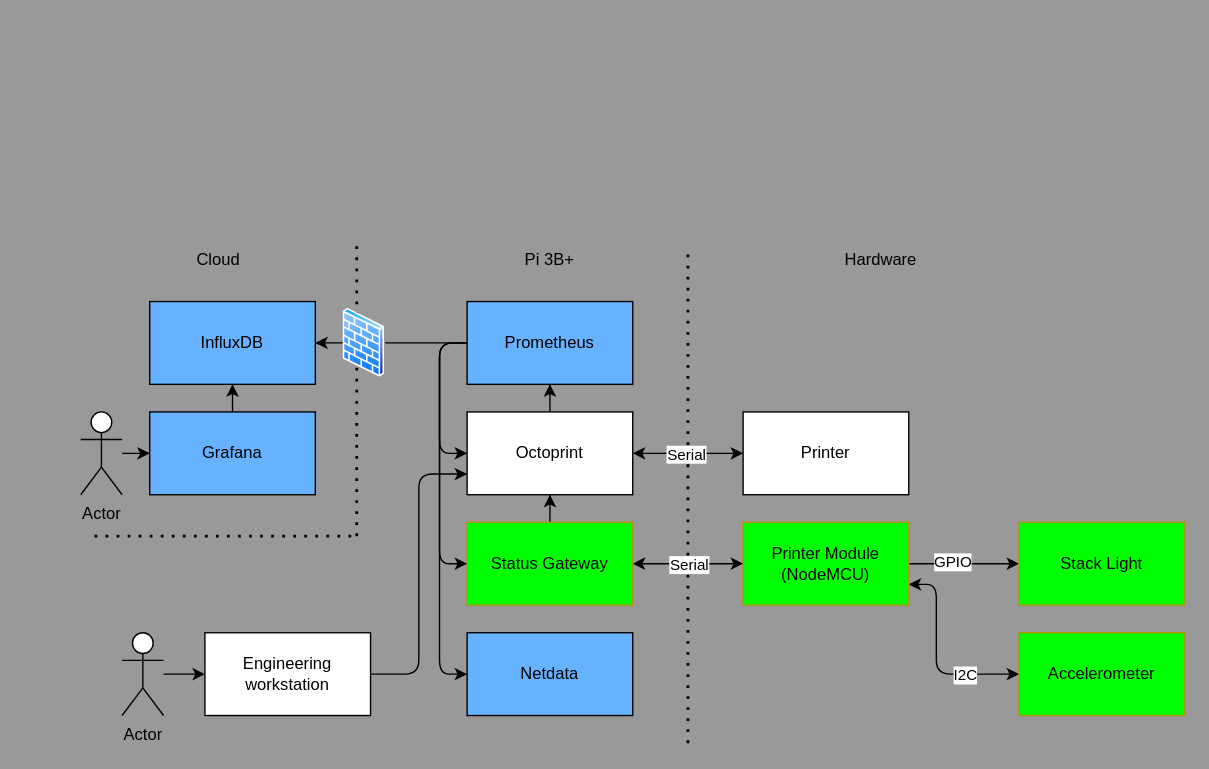
The draw.io diagram docs/system-overview.drawio in ajvreugdenhil/printer-monitoring, before the edit. Source tidied: cells renumbered, new cells numbered last; positions are measured from the earlier drawing's top-left corner, leaving out a move shared by most shapes. Both pictures are drawn from the tidied source at 138%, with x=0, y=0 at pixel (80, 246).
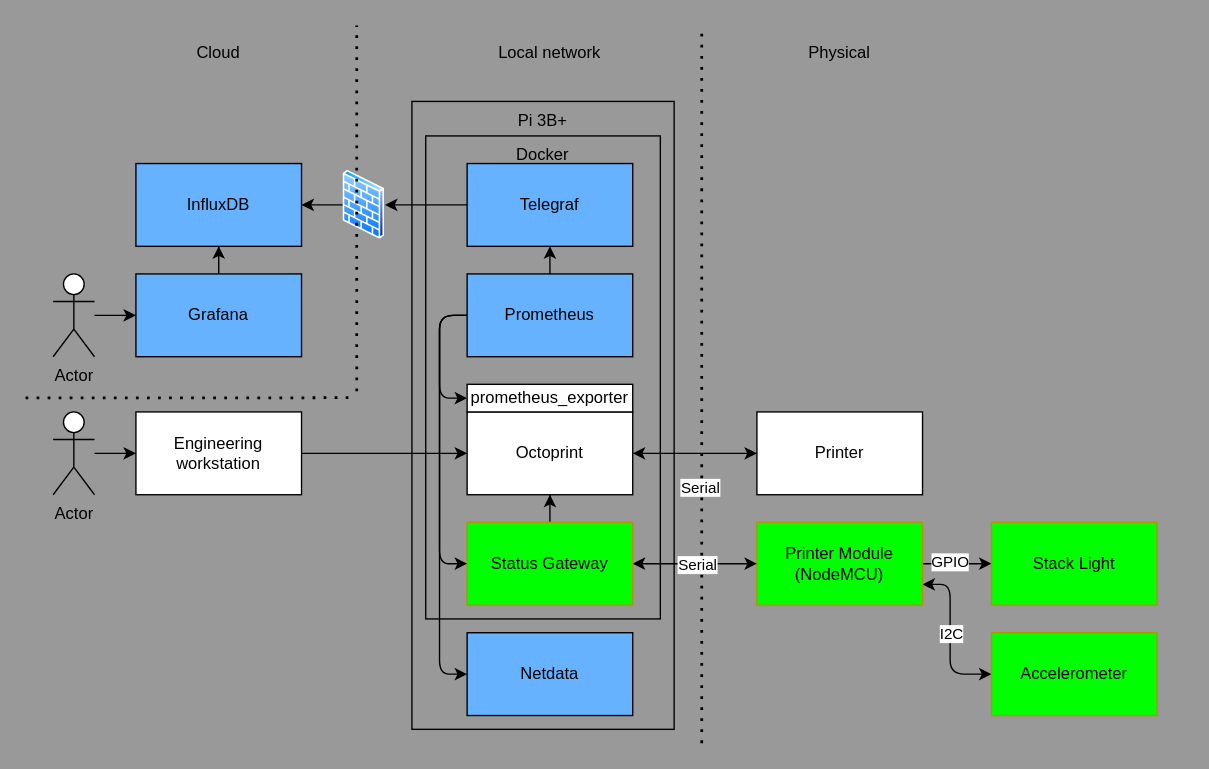
The same diagram, later.

The change refers to these unchanged cells:
```xml
<mxCell id="5" value="Octoprint" style="rounded=0;whiteSpace=wrap;html=1;" parent="1" vertex="1">
  <mxGeometry x="280" y="120" width="120" height="60" as="geometry" />
</mxCell>
<mxCell id="18" value="Status Gateway" style="rounded=0;whiteSpace=wrap;html=1;strokeColor=#B09500;fontColor=#000000;fillColor=#00FF00;" parent="1" vertex="1">
  <mxGeometry x="280" y="200" width="120" height="60" as="geometry" />
</mxCell>
<mxCell id="19" value="Netdata" style="rounded=0;whiteSpace=wrap;html=1;fillColor=#66B2FF;" parent="1" vertex="1">
  <mxGeometry x="280" y="280" width="120" height="60" as="geometry" />
</mxCell>
```

Diff of the diagram source:
```diff
@@
+    <mxCell id="21" value="Pi 3B+" style="rounded=0;whiteSpace=wrap;html=1;verticalAlign=top;fillColor=none;" parent="1" vertex="1">
+      <mxGeometry x="240" y="-105" width="190" height="455" as="geometry" />
+    </mxCell>
+    <mxCell id="41" value="Docker" style="rounded=0;whiteSpace=wrap;html=1;verticalAlign=top;fillColor=none;" parent="1" vertex="1">
+      <mxGeometry x="250" y="-80" width="170" height="350" as="geometry" />
+    </mxCell>
     <mxCell id="2" value="Printer" style="rounded=0;whiteSpace=wrap;html=1;" parent="1" vertex="1">
-      <mxGeometry x="480" y="120" width="120" height="60" as="geometry" />
+      <mxGeometry x="490" y="120" width="120" height="60" as="geometry" />
     </mxCell>
@@
-    <mxCell id="4" style="edgeStyle=orthogonalEdgeStyle;rounded=0;jettySize=auto;html=1;" parent="1" edge="1" source="5" target="33">
-      <mxGeometry relative="1" as="geometry" />
-    </mxCell>
@@
     <mxCell id="6" style="endArrow=none;dashed=1;html=1;dashPattern=1 3;strokeWidth=2;" parent="1" edge="1">
       <mxGeometry relative="1" as="geometry">
-        <mxPoint x="440" y="360" as="sourcePoint" />
-        <mxPoint x="440" as="targetPoint" />
+        <mxPoint x="450" y="360" as="sourcePoint" />
+        <mxPoint x="450" y="-160" as="targetPoint" />
       </mxGeometry>
     </mxCell>
     <mxCell id="7" value="Serial" style="edgeLabel;html=1;align=center;verticalAlign=middle;" parent="6" vertex="1">
-      <mxGeometry x="0.16" y="2" relative="1" as="geometry" />
+      <mxGeometry x="0.16" y="2" relative="1" as="geometry">
+        <mxPoint y="116" as="offset" />
+      </mxGeometry>
     </mxCell>
@@
     <mxCell id="10" style="edgeStyle=orthogonalEdgeStyle;rounded=1;jettySize=auto;html=1;entryX=0;entryY=0.5;entryDx=0;entryDy=0;exitX=1;exitY=0.75;exitDx=0;exitDy=0;startArrow=classic;startFill=1;" parent="1" edge="1" source="12" target="14">
       <mxGeometry relative="1" as="geometry">
         <Array as="points">
-          <mxPoint x="620" y="245" />
-          <mxPoint x="620" y="310" />
+          <mxPoint x="630" y="245" />
+          <mxPoint x="630" y="310" />
         </Array>
       </mxGeometry>
     </mxCell>
     <mxCell id="11" value="I2C" style="edgeLabel;html=1;align=center;verticalAlign=middle;" parent="10" vertex="1">
       <mxGeometry x="0.32" y="-1" relative="1" as="geometry">
-        <mxPoint x="9" y="-1" as="offset" />
+        <mxPoint x="1" y="-21" as="offset" />
       </mxGeometry>
     </mxCell>
     <mxCell id="12" value="Printer Module&lt;br&gt;(NodeMCU)" style="rounded=0;whiteSpace=wrap;html=1;strokeColor=#B09500;fontColor=#000000;fillColor=#00FF00;" parent="1" vertex="1">
-      <mxGeometry x="480" y="200" width="120" height="60" as="geometry" />
+      <mxGeometry x="490" y="200" width="120" height="60" as="geometry" />
     </mxCell>
     <mxCell id="13" value="Stack Light" style="rounded=0;whiteSpace=wrap;html=1;strokeColor=#B09500;fontColor=#000000;fillColor=#00FF00;" parent="1" vertex="1">
-      <mxGeometry x="680" y="200" width="120" height="60" as="geometry" />
+      <mxGeometry x="660" y="200" width="120" height="60" as="geometry" />
     </mxCell>
     <mxCell id="14" value="Accelerometer" style="rounded=0;whiteSpace=wrap;html=1;strokeColor=#B09500;fontColor=#000000;fillColor=#00FF00;" parent="1" vertex="1">
-      <mxGeometry x="680" y="280" width="120" height="60" as="geometry" />
+      <mxGeometry x="660" y="280" width="120" height="60" as="geometry" />
     </mxCell>
@@
-    <mxCell id="20" value="Hardware" style="text;html=1;strokeColor=none;fillColor=none;align=center;verticalAlign=middle;whiteSpace=wrap;rounded=0;" parent="1" vertex="1">
-      <mxGeometry x="560" width="40" height="20" as="geometry" />
+    <mxCell id="20" value="Physical" style="text;html=1;strokeColor=none;fillColor=none;align=center;verticalAlign=middle;whiteSpace=wrap;rounded=0;" parent="1" vertex="1">
+      <mxGeometry x="530" y="-150" width="40" height="20" as="geometry" />
     </mxCell>
-    <mxCell id="21" value="Pi 3B+" style="text;html=1;strokeColor=none;fillColor=none;align=center;verticalAlign=middle;whiteSpace=wrap;rounded=0;" parent="1" vertex="1">
-      <mxGeometry x="320" width="40" height="20" as="geometry" />
-    </mxCell>
-    <mxCell id="22" style="endArrow=none;dashed=1;html=1;dashPattern=1 3;strokeWidth=2;" parent="1" edge="1">
-      <mxGeometry relative="1" as="geometry">
-        <mxPoint x="200" y="210" as="sourcePoint" />
-        <mxPoint x="200" as="targetPoint" />
-      </mxGeometry>
-    </mxCell>
     <mxCell id="23" value="Cloud" style="text;html=1;strokeColor=none;fillColor=none;align=center;verticalAlign=middle;whiteSpace=wrap;rounded=0;" parent="1" vertex="1">
-      <mxGeometry x="80" width="40" height="20" as="geometry" />
+      <mxGeometry x="80" y="-150" width="40" height="20" as="geometry" />
     </mxCell>
@@
     <mxCell id="25" value="Grafana" style="rounded=0;whiteSpace=wrap;html=1;fillColor=#66B2FF;" parent="1" vertex="1">
-      <mxGeometry x="50" y="120" width="120" height="60" as="geometry" />
+      <mxGeometry x="40" y="20" width="120" height="60" as="geometry" />
     </mxCell>
@@
     <mxCell id="27" value="Actor" style="shape=umlActor;verticalLabelPosition=bottom;verticalAlign=top;html=1;outlineConnect=0;" parent="1" vertex="1">
-      <mxGeometry y="120" width="30" height="60" as="geometry" />
+      <mxGeometry x="-20" y="20" width="30" height="60" as="geometry" />
     </mxCell>
     <mxCell id="28" value="InfluxDB" style="rounded=0;whiteSpace=wrap;html=1;fillColor=#66B2FF;" parent="1" vertex="1">
-      <mxGeometry x="50" y="40" width="120" height="60" as="geometry" />
+      <mxGeometry x="40" y="-60" width="120" height="60" as="geometry" />
     </mxCell>
-    <mxCell id="29" style="edgeStyle=orthogonalEdgeStyle;rounded=0;jettySize=auto;html=1;startArrow=none;" parent="1" edge="1" source="34" target="28">
+    <mxCell id="29" style="edgeStyle=orthogonalEdgeStyle;rounded=0;jettySize=auto;html=1;startArrow=none;exitX=0;exitY=0.5;exitDx=0;exitDy=0;" parent="1" edge="1" source="34" target="28">
       <mxGeometry relative="1" as="geometry" />
     </mxCell>
-    <mxCell id="30" style="jettySize=auto;html=1;entryX=0;entryY=0.5;entryDx=0;entryDy=0;elbow=vertical;edgeStyle=orthogonalEdgeStyle;rounded=1;" parent="1" edge="1" source="33" target="19">
+    <mxCell id="30" style="jettySize=auto;html=1;entryX=0;entryY=0.5;entryDx=0;entryDy=0;elbow=vertical;edgeStyle=orthogonalEdgeStyle;rounded=1;exitX=0;exitY=0.5;exitDx=0;exitDy=0;" parent="1" edge="1" source="33" target="19">
       <mxGeometry relative="1" as="geometry">
         <Array as="points">
-          <mxPoint x="260" y="70" />
+          <mxPoint x="260" y="50" />
           <mxPoint x="260" y="310" />
         </Array>
       </mxGeometry>
     </mxCell>
-    <mxCell id="31" style="jettySize=auto;html=1;entryX=0;entryY=0.5;entryDx=0;entryDy=0;elbow=vertical;edgeStyle=orthogonalEdgeStyle;rounded=1;" parent="1" edge="1" source="33" target="18">
+    <mxCell id="31" style="jettySize=auto;html=1;entryX=0;entryY=0.5;entryDx=0;entryDy=0;elbow=vertical;edgeStyle=orthogonalEdgeStyle;rounded=1;exitX=0;exitY=0.5;exitDx=0;exitDy=0;" parent="1" edge="1" source="33" target="18">
       <mxGeometry relative="1" as="geometry">
         <Array as="points">
-          <mxPoint x="260" y="70" />
+          <mxPoint x="260" y="50" />
           <mxPoint x="260" y="230" />
         </Array>
       </mxGeometry>
     </mxCell>
-    <mxCell id="32" style="jettySize=auto;html=1;entryX=0;entryY=0.5;entryDx=0;entryDy=0;elbow=vertical;edgeStyle=orthogonalEdgeStyle;rounded=1;" parent="1" edge="1" source="33" target="5">
+    <mxCell id="32" style="jettySize=auto;html=1;entryX=0;entryY=0.5;entryDx=0;entryDy=0;elbow=vertical;edgeStyle=orthogonalEdgeStyle;rounded=1;" parent="1" edge="1" source="33" target="43">
       <mxGeometry relative="1" as="geometry">
         <Array as="points">
-          <mxPoint x="260" y="70" />
-          <mxPoint x="260" y="150" />
+          <mxPoint x="260" y="50" />
+          <mxPoint x="260" y="110" />
         </Array>
       </mxGeometry>
     </mxCell>
+    <mxCell id="42" style="edgeStyle=none;html=1;entryX=0.5;entryY=1;entryDx=0;entryDy=0;" parent="1" edge="1" source="33" target="46">
+      <mxGeometry relative="1" as="geometry" />
+    </mxCell>
     <mxCell id="33" value="Prometheus" style="rounded=0;whiteSpace=wrap;html=1;fillColor=#66B2FF;" parent="1" vertex="1">
-      <mxGeometry x="280" y="40" width="120" height="60" as="geometry" />
+      <mxGeometry x="280" y="20" width="120" height="60" as="geometry" />
     </mxCell>
-    <mxCell id="34" style="perimeter=ellipsePerimeter;html=1;align=center;shadow=0;dashed=0;spacingTop=3;image;image=img/lib/active_directory/firewall.svg;" parent="1" vertex="1">
-      <mxGeometry x="190" y="45" width="30.5" height="50" as="geometry" />
-    </mxCell>
-    <mxCell id="35" style="edgeStyle=orthogonalEdgeStyle;rounded=0;jettySize=auto;html=1;endArrow=none;" parent="1" edge="1" source="33" target="34">
-      <mxGeometry relative="1" as="geometry" />
-    </mxCell>
     <mxCell id="36" style="endArrow=none;dashed=1;html=1;dashPattern=1 3;strokeWidth=2;" parent="1" edge="1">
       <mxGeometry relative="1" as="geometry">
-        <mxPoint x="10" y="210" as="sourcePoint" />
-        <mxPoint x="200" y="210" as="targetPoint" />
+        <mxPoint x="-40" y="109.9" as="sourcePoint" />
+        <mxPoint x="200" y="109.7" as="targetPoint" />
       </mxGeometry>
     </mxCell>
@@
     <mxCell id="38" value="Actor" style="shape=umlActor;verticalLabelPosition=bottom;verticalAlign=top;html=1;outlineConnect=0;" parent="1" vertex="1">
-      <mxGeometry x="30" y="280" width="30" height="60" as="geometry" />
+      <mxGeometry x="-20" y="120" width="30" height="60" as="geometry" />
     </mxCell>
-    <mxCell id="39" style="edgeStyle=orthogonalEdgeStyle;rounded=1;jettySize=auto;html=1;entryX=0;entryY=0.75;entryDx=0;entryDy=0;startArrow=none;startFill=0;" parent="1" edge="1" source="40" target="5">
+    <mxCell id="39" style="edgeStyle=orthogonalEdgeStyle;rounded=1;jettySize=auto;html=1;entryX=0;entryY=0.5;entryDx=0;entryDy=0;startArrow=none;startFill=0;" parent="1" edge="1" source="40" target="5">
       <mxGeometry relative="1" as="geometry" />
     </mxCell>
     <mxCell id="40" value="Engineering workstation" style="rounded=0;whiteSpace=wrap;html=1;" parent="1" vertex="1">
-      <mxGeometry x="90" y="280" width="120" height="60" as="geometry" />
+      <mxGeometry x="40" y="120" width="120" height="60" as="geometry" />
     </mxCell>
+    <mxCell id="43" value="prometheus_exporter" style="rounded=0;whiteSpace=wrap;html=1;" parent="1" vertex="1">
+      <mxGeometry x="280" y="100" width="120" height="20" as="geometry" />
+    </mxCell>
+    <mxCell id="44" value="Local network" style="text;html=1;strokeColor=none;fillColor=none;align=center;verticalAlign=middle;whiteSpace=wrap;rounded=0;" parent="1" vertex="1">
+      <mxGeometry x="300" y="-150" width="80" height="20" as="geometry" />
+    </mxCell>
+    <mxCell id="45" style="edgeStyle=orthogonalEdgeStyle;html=1;entryX=1;entryY=0.5;entryDx=0;entryDy=0;" parent="1" edge="1" source="46" target="34">
+      <mxGeometry relative="1" as="geometry">
+        <Array as="points">
+          <mxPoint x="250" y="-30" />
+          <mxPoint x="250" y="-30" />
+        </Array>
+      </mxGeometry>
+    </mxCell>
+    <mxCell id="46" value="Telegraf" style="rounded=0;whiteSpace=wrap;html=1;fillColor=#66B2FF;" parent="1" vertex="1">
+      <mxGeometry x="280" y="-60" width="120" height="60" as="geometry" />
+    </mxCell>
+    <mxCell id="34" style="perimeter=ellipsePerimeter;html=1;align=center;shadow=0;dashed=0;spacingTop=3;image;image=img/lib/active_directory/firewall.svg;" parent="1" vertex="1">
+      <mxGeometry x="190" y="-55" width="30.5" height="50" as="geometry" />
+    </mxCell>
+    <mxCell id="47" style="endArrow=none;dashed=1;html=1;dashPattern=1 3;strokeWidth=2;" parent="1" edge="1">
+      <mxGeometry relative="1" as="geometry">
+        <mxPoint x="200" y="105" as="sourcePoint" />
+        <mxPoint x="200" y="-160" as="targetPoint" />
+      </mxGeometry>
+    </mxCell>
```
